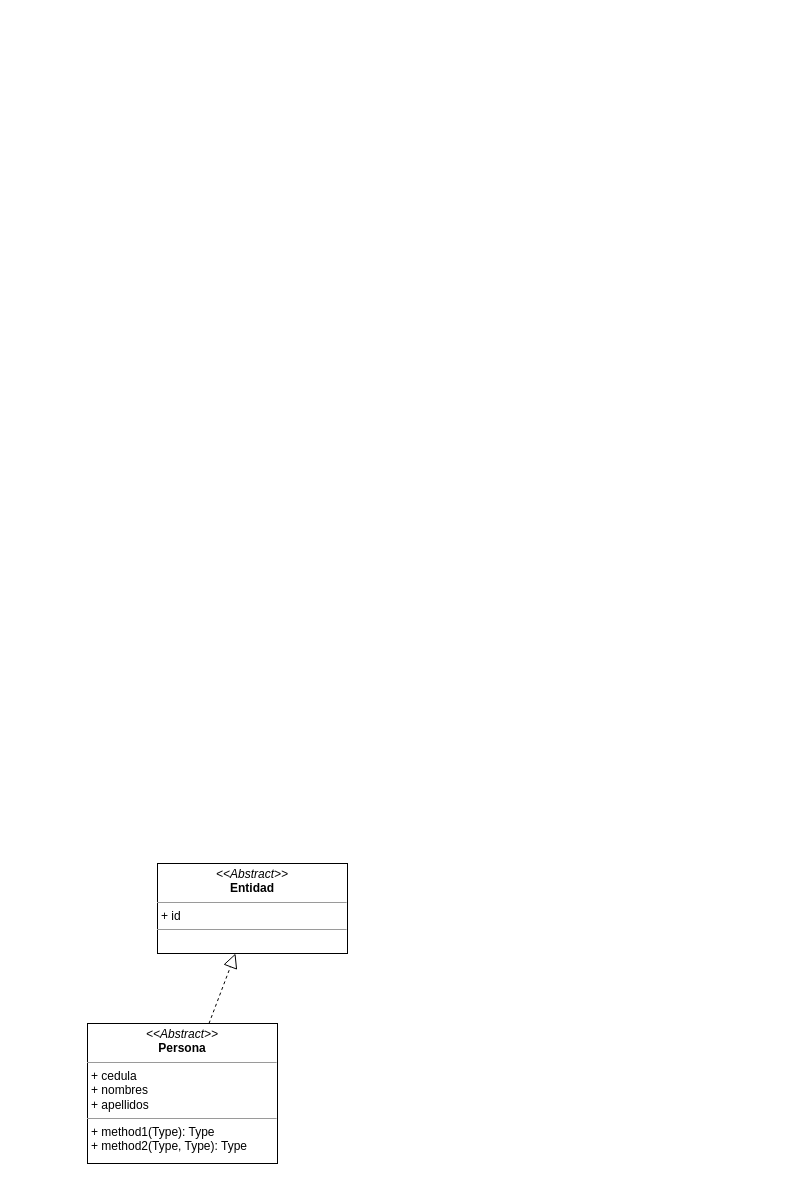
Earlier version of the draw.io diagram page "Page-1" (1 of 2) of solucion.drawio (leninrkb/ReservaNatural). Source tidied: cells renumbered, new cells numbered last; positions are measured from the earlier drawing's top-left corner, leaving out a move shared by most shapes. Both pictures are drawn from the tidied source at 100%, with x=0, y=0 at pixel (87, 863).
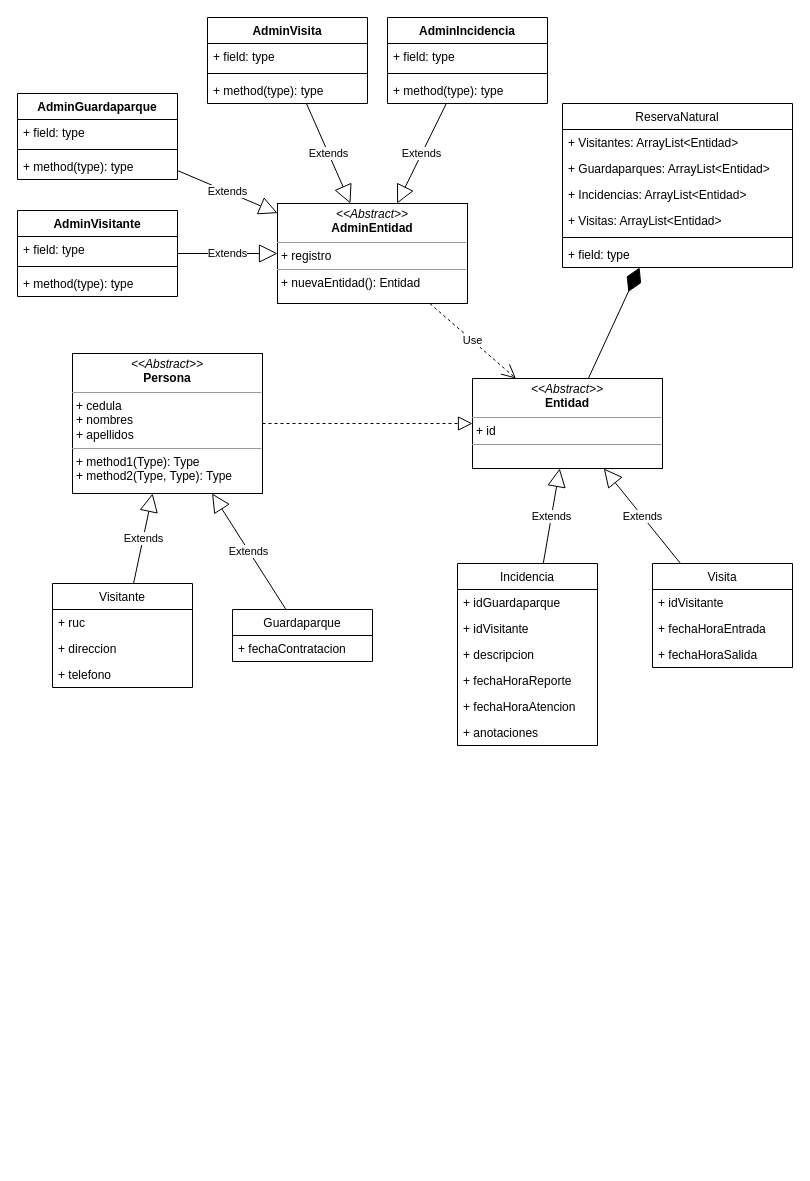
Above is the later version.

Diff of the diagram source:
```diff
@@
     <mxCell id="2" value="&lt;p style=&quot;margin:0px;margin-top:4px;text-align:center;&quot;&gt;&lt;i&gt;&amp;lt;&amp;lt;Abstract&amp;gt;&amp;gt;&lt;/i&gt;&lt;br&gt;&lt;b&gt;Persona&lt;/b&gt;&lt;/p&gt;&lt;hr size=&quot;1&quot;&gt;&lt;p style=&quot;margin:0px;margin-left:4px;&quot;&gt;+ cedula&lt;br&gt;+ nombres&lt;/p&gt;&lt;p style=&quot;margin:0px;margin-left:4px;&quot;&gt;+ apellidos&lt;/p&gt;&lt;hr size=&quot;1&quot;&gt;&lt;p style=&quot;margin:0px;margin-left:4px;&quot;&gt;+ method1(Type): Type&lt;br&gt;+ method2(Type, Type): Type&lt;/p&gt;" style="verticalAlign=top;align=left;overflow=fill;fontSize=12;fontFamily=Helvetica;html=1;" parent="1" vertex="1">
-      <mxGeometry y="160" width="190" height="140" as="geometry" />
+      <mxGeometry x="-15" y="-510" width="190" height="140" as="geometry" />
     </mxCell>
     <mxCell id="3" value="&lt;p style=&quot;margin:0px;margin-top:4px;text-align:center;&quot;&gt;&lt;i&gt;&amp;lt;&amp;lt;Abstract&amp;gt;&amp;gt;&lt;/i&gt;&lt;br&gt;&lt;b&gt;Entidad&lt;/b&gt;&lt;/p&gt;&lt;hr size=&quot;1&quot;&gt;&lt;p style=&quot;margin:0px;margin-left:4px;&quot;&gt;+ id&lt;br&gt;&lt;/p&gt;&lt;hr size=&quot;1&quot;&gt;&lt;p style=&quot;margin:0px;margin-left:4px;&quot;&gt;&lt;br&gt;&lt;/p&gt;" style="verticalAlign=top;align=left;overflow=fill;fontSize=12;fontFamily=Helvetica;html=1;" parent="1" vertex="1">
-      <mxGeometry x="70" width="190" height="90" as="geometry" />
+      <mxGeometry x="385" y="-485" width="190" height="90" as="geometry" />
     </mxCell>
@@
+    <mxCell id="5" value="Visitante" style="swimlane;fontStyle=0;horizontal=1;startSize=26;fillColor=none;" parent="1" vertex="1">
+      <mxGeometry x="-35" y="-280" width="140" height="104" as="geometry" />
+    </mxCell>
+    <mxCell id="6" value="+ ruc" style="text;strokeColor=none;fillColor=none;align=left;verticalAlign=top;spacingLeft=4;spacingRight=4;overflow=hidden;" parent="5" vertex="1">
+      <mxGeometry y="26" width="140" height="26" as="geometry" />
+    </mxCell>
+    <mxCell id="7" value="+ direccion" style="text;strokeColor=none;fillColor=none;align=left;verticalAlign=top;spacingLeft=4;spacingRight=4;overflow=hidden;" parent="5" vertex="1">
+      <mxGeometry y="52" width="140" height="26" as="geometry" />
+    </mxCell>
+    <mxCell id="8" value="+ telefono" style="text;strokeColor=none;fillColor=none;align=left;verticalAlign=top;spacingLeft=4;spacingRight=4;overflow=hidden;" parent="5" vertex="1">
+      <mxGeometry y="78" width="140" height="26" as="geometry" />
+    </mxCell>
+    <mxCell id="9" value="Guardaparque" style="swimlane;fontStyle=0;horizontal=1;startSize=26;fillColor=none;" parent="1" vertex="1">
+      <mxGeometry x="145" y="-254" width="140" height="52" as="geometry" />
+    </mxCell>
+    <mxCell id="10" value="+ fechaContratacion" style="text;strokeColor=none;fillColor=none;align=left;verticalAlign=top;spacingLeft=4;spacingRight=4;overflow=hidden;" parent="9" vertex="1">
+      <mxGeometry y="26" width="140" height="26" as="geometry" />
+    </mxCell>
+    <mxCell id="11" value="Incidencia" style="swimlane;fontStyle=0;horizontal=1;startSize=26;fillColor=none;" parent="1" vertex="1">
+      <mxGeometry x="370" y="-300" width="140" height="182" as="geometry" />
+    </mxCell>
+    <mxCell id="12" value="+ idGuardaparque" style="text;strokeColor=none;fillColor=none;align=left;verticalAlign=top;spacingLeft=4;spacingRight=4;overflow=hidden;" parent="11" vertex="1">
+      <mxGeometry y="26" width="140" height="26" as="geometry" />
+    </mxCell>
+    <mxCell id="13" value="+ idVisitante" style="text;strokeColor=none;fillColor=none;align=left;verticalAlign=top;spacingLeft=4;spacingRight=4;overflow=hidden;" parent="11" vertex="1">
+      <mxGeometry y="52" width="140" height="26" as="geometry" />
+    </mxCell>
+    <mxCell id="14" value="+ descripcion" style="text;strokeColor=none;fillColor=none;align=left;verticalAlign=top;spacingLeft=4;spacingRight=4;overflow=hidden;" parent="11" vertex="1">
+      <mxGeometry y="78" width="140" height="26" as="geometry" />
+    </mxCell>
+    <mxCell id="15" value="+ fechaHoraReporte" style="text;strokeColor=none;fillColor=none;align=left;verticalAlign=top;spacingLeft=4;spacingRight=4;overflow=hidden;" parent="11" vertex="1">
+      <mxGeometry y="104" width="140" height="26" as="geometry" />
+    </mxCell>
+    <mxCell id="16" value="+ fechaHoraAtencion" style="text;strokeColor=none;fillColor=none;align=left;verticalAlign=top;spacingLeft=4;spacingRight=4;overflow=hidden;" parent="11" vertex="1">
+      <mxGeometry y="130" width="140" height="26" as="geometry" />
+    </mxCell>
+    <mxCell id="17" value="+ anotaciones" style="text;strokeColor=none;fillColor=none;align=left;verticalAlign=top;spacingLeft=4;spacingRight=4;overflow=hidden;" parent="11" vertex="1">
+      <mxGeometry y="156" width="140" height="26" as="geometry" />
+    </mxCell>
+    <mxCell id="18" value="Visita" style="swimlane;fontStyle=0;horizontal=1;startSize=26;fillColor=none;" parent="1" vertex="1">
+      <mxGeometry x="565" y="-300" width="140" height="104" as="geometry" />
+    </mxCell>
+    <mxCell id="19" value="+ idVisitante" style="text;strokeColor=none;fillColor=none;align=left;verticalAlign=top;spacingLeft=4;spacingRight=4;overflow=hidden;" parent="18" vertex="1">
+      <mxGeometry y="26" width="140" height="26" as="geometry" />
+    </mxCell>
+    <mxCell id="20" value="+ fechaHoraEntrada" style="text;strokeColor=none;fillColor=none;align=left;verticalAlign=top;spacingLeft=4;spacingRight=4;overflow=hidden;" parent="18" vertex="1">
+      <mxGeometry y="52" width="140" height="26" as="geometry" />
+    </mxCell>
+    <mxCell id="21" value="+ fechaHoraSalida" style="text;strokeColor=none;fillColor=none;align=left;verticalAlign=top;spacingLeft=4;spacingRight=4;overflow=hidden;" parent="18" vertex="1">
+      <mxGeometry y="78" width="140" height="26" as="geometry" />
+    </mxCell>
+    <mxCell id="22" value="Extends" style="endArrow=block;endSize=16;endFill=0;html=1;" parent="1" edge="1" source="5" target="2">
+      <mxGeometry relative="1" as="geometry" />
+    </mxCell>
+    <mxCell id="23" value="Extends" style="endArrow=block;endSize=16;endFill=0;html=1;" parent="1" edge="1" source="9" target="2">
+      <mxGeometry relative="1" as="geometry" />
+    </mxCell>
+    <mxCell id="24" value="Extends" style="endArrow=block;endSize=16;endFill=0;html=1;" parent="1" edge="1" source="11" target="3">
+      <mxGeometry relative="1" as="geometry" />
+    </mxCell>
+    <mxCell id="25" value="Extends" style="endArrow=block;endSize=16;endFill=0;html=1;" parent="1" edge="1" source="18" target="3">
+      <mxGeometry relative="1" as="geometry" />
+    </mxCell>
+    <mxCell id="26" value="Use" style="endArrow=open;endSize=12;dashed=1;html=1;" parent="1" edge="1" source="35" target="3">
+      <mxGeometry relative="1" as="geometry" />
+    </mxCell>
+    <mxCell id="27" style="endArrow=diamondThin;endFill=1;endSize=24;html=1;" parent="1" edge="1" source="3" target="28">
+      <mxGeometry relative="1" as="geometry" />
+    </mxCell>
+    <mxCell id="28" value="ReservaNatural" style="swimlane;fontStyle=0;horizontal=1;startSize=26;fillColor=none;" parent="1" vertex="1">
+      <mxGeometry x="475" y="-760" width="230" height="164" as="geometry" />
+    </mxCell>
+    <mxCell id="29" value="+ Visitantes: ArrayList&lt;Entidad&gt;" style="text;strokeColor=none;fillColor=none;align=left;verticalAlign=top;spacingLeft=4;spacingRight=4;overflow=hidden;" parent="28" vertex="1">
+      <mxGeometry y="26" width="230" height="26" as="geometry" />
+    </mxCell>
+    <mxCell id="30" value="+ Guardaparques: ArrayList&lt;Entidad&gt;" style="text;strokeColor=none;fillColor=none;align=left;verticalAlign=top;spacingLeft=4;spacingRight=4;overflow=hidden;" parent="28" vertex="1">
+      <mxGeometry y="52" width="230" height="26" as="geometry" />
+    </mxCell>
+    <mxCell id="31" value="+ Incidencias: ArrayList&lt;Entidad&gt;" style="text;strokeColor=none;fillColor=none;align=left;verticalAlign=top;spacingLeft=4;spacingRight=4;overflow=hidden;" parent="28" vertex="1">
+      <mxGeometry y="78" width="230" height="26" as="geometry" />
+    </mxCell>
+    <mxCell id="32" value="+ Visitas: ArrayList&lt;Entidad&gt;" style="text;strokeColor=none;fillColor=none;align=left;verticalAlign=top;spacingLeft=4;spacingRight=4;overflow=hidden;" parent="28" vertex="1">
+      <mxGeometry y="104" width="230" height="26" as="geometry" />
+    </mxCell>
+    <mxCell id="33" style="line;strokeWidth=1;fillColor=none;align=left;verticalAlign=middle;spacingTop=-1;spacingLeft=3;spacingRight=3;labelPosition=right;strokeColor=inherit;" parent="28" vertex="1">
+      <mxGeometry y="130" width="230" height="8" as="geometry" />
+    </mxCell>
+    <mxCell id="34" value="+ field: type" style="text;strokeColor=none;fillColor=none;align=left;verticalAlign=top;spacingLeft=4;spacingRight=4;overflow=hidden;" parent="28" vertex="1">
+      <mxGeometry y="138" width="230" height="26" as="geometry" />
+    </mxCell>
+    <mxCell id="35" value="&lt;p style=&quot;margin:0px;margin-top:4px;text-align:center;&quot;&gt;&lt;i&gt;&amp;lt;&amp;lt;Abstract&amp;gt;&amp;gt;&lt;/i&gt;&lt;br&gt;&lt;b&gt;AdminEntidad&lt;/b&gt;&lt;/p&gt;&lt;hr size=&quot;1&quot;&gt;&lt;p style=&quot;margin:0px;margin-left:4px;&quot;&gt;+ registro&lt;br&gt;&lt;/p&gt;&lt;hr size=&quot;1&quot;&gt;&lt;p style=&quot;margin:0px;margin-left:4px;&quot;&gt;+ nuevaEntidad(): Entidad&lt;/p&gt;" style="verticalAlign=top;align=left;overflow=fill;fontSize=12;fontFamily=Helvetica;html=1;" parent="1" vertex="1">
+      <mxGeometry x="190" y="-660" width="190" height="100" as="geometry" />
+    </mxCell>
+    <mxCell id="36" value="AdminVisitante" style="swimlane;fontStyle=1;align=center;verticalAlign=top;horizontal=1;startSize=26;" parent="1" vertex="1">
+      <mxGeometry x="-70" y="-653" width="160" height="86" as="geometry" />
+    </mxCell>
+    <mxCell id="37" value="+ field: type" style="text;strokeColor=none;fillColor=none;align=left;verticalAlign=top;spacingLeft=4;spacingRight=4;overflow=hidden;" parent="36" vertex="1">
+      <mxGeometry y="26" width="160" height="26" as="geometry" />
+    </mxCell>
+    <mxCell id="38" style="line;strokeWidth=1;fillColor=none;align=left;verticalAlign=middle;spacingTop=-1;spacingLeft=3;spacingRight=3;labelPosition=right;strokeColor=inherit;" parent="36" vertex="1">
+      <mxGeometry y="52" width="160" height="8" as="geometry" />
+    </mxCell>
+    <mxCell id="39" value="+ method(type): type" style="text;strokeColor=none;fillColor=none;align=left;verticalAlign=top;spacingLeft=4;spacingRight=4;overflow=hidden;" parent="36" vertex="1">
+      <mxGeometry y="60" width="160" height="26" as="geometry" />
+    </mxCell>
+    <mxCell id="40" value="Extends" style="endArrow=block;endSize=16;endFill=0;html=1;" parent="1" edge="1" source="36" target="35">
+      <mxGeometry relative="1" as="geometry" />
+    </mxCell>
+    <mxCell id="41" value="AdminGuardaparque" style="swimlane;fontStyle=1;align=center;verticalAlign=top;horizontal=1;startSize=26;" parent="1" vertex="1">
+      <mxGeometry x="-70" y="-770" width="160" height="86" as="geometry" />
+    </mxCell>
+    <mxCell id="42" value="+ field: type" style="text;strokeColor=none;fillColor=none;align=left;verticalAlign=top;spacingLeft=4;spacingRight=4;overflow=hidden;" parent="41" vertex="1">
+      <mxGeometry y="26" width="160" height="26" as="geometry" />
+    </mxCell>
+    <mxCell id="43" style="line;strokeWidth=1;fillColor=none;align=left;verticalAlign=middle;spacingTop=-1;spacingLeft=3;spacingRight=3;labelPosition=right;strokeColor=inherit;" parent="41" vertex="1">
+      <mxGeometry y="52" width="160" height="8" as="geometry" />
+    </mxCell>
+    <mxCell id="44" value="+ method(type): type" style="text;strokeColor=none;fillColor=none;align=left;verticalAlign=top;spacingLeft=4;spacingRight=4;overflow=hidden;" parent="41" vertex="1">
+      <mxGeometry y="60" width="160" height="26" as="geometry" />
+    </mxCell>
+    <mxCell id="45" value="Extends" style="endArrow=block;endSize=16;endFill=0;html=1;" parent="1" edge="1" source="41" target="35">
+      <mxGeometry relative="1" as="geometry" />
+    </mxCell>
+    <mxCell id="46" value="AdminVisita" style="swimlane;fontStyle=1;align=center;verticalAlign=top;horizontal=1;startSize=26;" parent="1" vertex="1">
+      <mxGeometry x="120" y="-846" width="160" height="86" as="geometry" />
+    </mxCell>
+    <mxCell id="47" value="+ field: type" style="text;strokeColor=none;fillColor=none;align=left;verticalAlign=top;spacingLeft=4;spacingRight=4;overflow=hidden;" parent="46" vertex="1">
+      <mxGeometry y="26" width="160" height="26" as="geometry" />
+    </mxCell>
+    <mxCell id="48" style="line;strokeWidth=1;fillColor=none;align=left;verticalAlign=middle;spacingTop=-1;spacingLeft=3;spacingRight=3;labelPosition=right;strokeColor=inherit;" parent="46" vertex="1">
+      <mxGeometry y="52" width="160" height="8" as="geometry" />
+    </mxCell>
+    <mxCell id="49" value="+ method(type): type" style="text;strokeColor=none;fillColor=none;align=left;verticalAlign=top;spacingLeft=4;spacingRight=4;overflow=hidden;" parent="46" vertex="1">
+      <mxGeometry y="60" width="160" height="26" as="geometry" />
+    </mxCell>
+    <mxCell id="50" value="AdminIncidencia" style="swimlane;fontStyle=1;align=center;verticalAlign=top;horizontal=1;startSize=26;" parent="1" vertex="1">
+      <mxGeometry x="300" y="-846" width="160" height="86" as="geometry" />
+    </mxCell>
+    <mxCell id="51" value="+ field: type" style="text;strokeColor=none;fillColor=none;align=left;verticalAlign=top;spacingLeft=4;spacingRight=4;overflow=hidden;" parent="50" vertex="1">
+      <mxGeometry y="26" width="160" height="26" as="geometry" />
+    </mxCell>
+    <mxCell id="52" style="line;strokeWidth=1;fillColor=none;align=left;verticalAlign=middle;spacingTop=-1;spacingLeft=3;spacingRight=3;labelPosition=right;strokeColor=inherit;" parent="50" vertex="1">
+      <mxGeometry y="52" width="160" height="8" as="geometry" />
+    </mxCell>
+    <mxCell id="53" value="+ method(type): type" style="text;strokeColor=none;fillColor=none;align=left;verticalAlign=top;spacingLeft=4;spacingRight=4;overflow=hidden;" parent="50" vertex="1">
+      <mxGeometry y="60" width="160" height="26" as="geometry" />
+    </mxCell>
+    <mxCell id="54" value="Extends" style="endArrow=block;endSize=16;endFill=0;html=1;" parent="1" edge="1" source="46" target="35">
+      <mxGeometry relative="1" as="geometry" />
+    </mxCell>
+    <mxCell id="55" value="Extends" style="endArrow=block;endSize=16;endFill=0;html=1;" parent="1" edge="1" source="50" target="35">
+      <mxGeometry relative="1" as="geometry" />
+    </mxCell>
```
